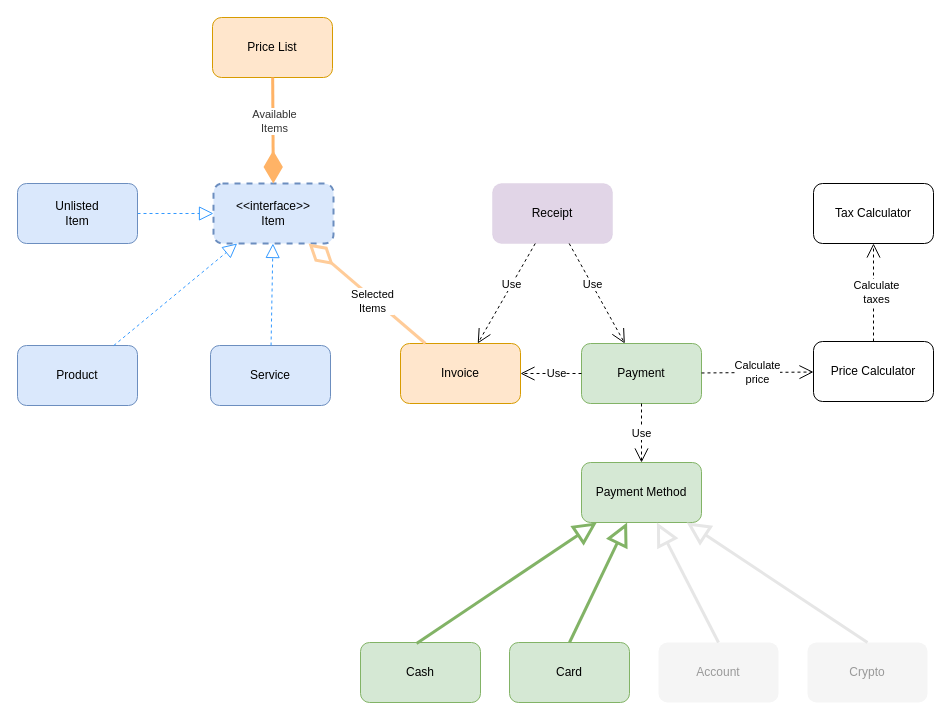
This is Portculis Cashier.drawio from 369neri/PortculisPOS, a draw.io file, before an edit. Source tidied: cells renumbered, new cells numbered last; positions are measured from the earlier drawing's top-left corner, leaving out a move shared by most shapes. Both pictures are drawn from the tidied source at 100%, with x=0, y=0 at pixel (17, 17).
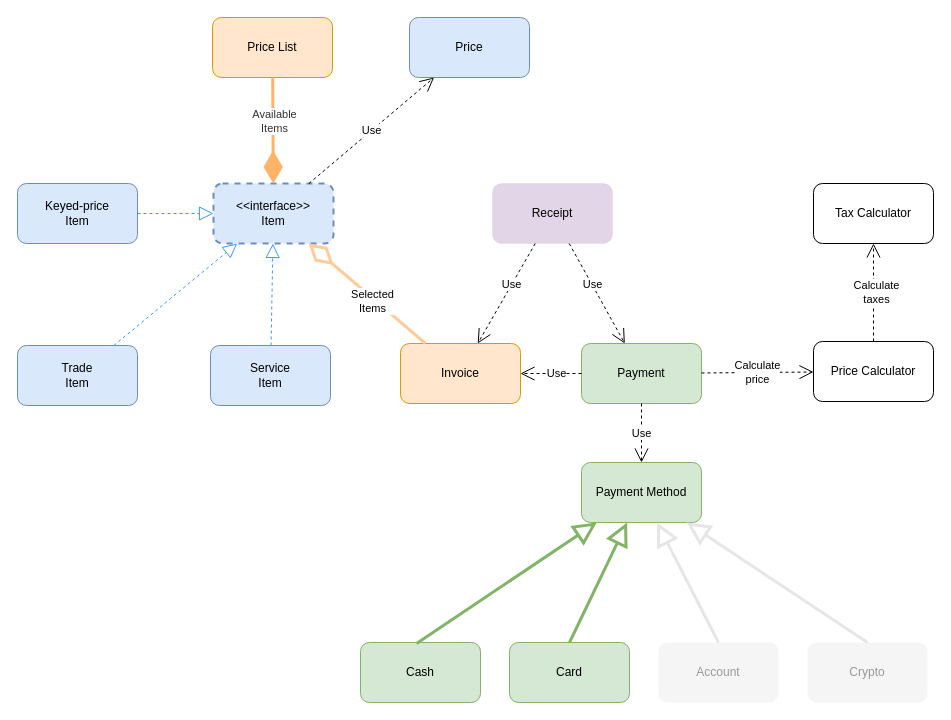
The same page after the edit.

The change refers to these unchanged cells:
```xml
<mxCell id="4" value="&amp;lt;&amp;lt;interface&amp;gt;&amp;gt;&lt;br&gt;Item" style="rounded=1;whiteSpace=wrap;html=1;fillColor=#dae8fc;strokeColor=#6c8ebf;strokeWidth=2;dashed=1;" parent="1" vertex="1">
  <mxGeometry x="196" y="166" width="120" height="60" as="geometry" />
</mxCell>
```

Change to the diagram source:
```diff
@@
-    <mxCell id="11" value="Product" style="rounded=1;whiteSpace=wrap;html=1;fillColor=#dae8fc;strokeColor=#6c8ebf;" parent="1" vertex="1">
+    <mxCell id="11" value="Trade&lt;br&gt;Item" style="rounded=1;whiteSpace=wrap;html=1;fillColor=#dae8fc;strokeColor=#6c8ebf;" parent="1" vertex="1">
       <mxGeometry y="328" width="120" height="60" as="geometry" />
     </mxCell>
-    <mxCell id="12" value="Service" style="rounded=1;whiteSpace=wrap;html=1;fillColor=#dae8fc;strokeColor=#6c8ebf;" parent="1" vertex="1">
+    <mxCell id="12" value="Service&lt;br&gt;Item" style="rounded=1;whiteSpace=wrap;html=1;fillColor=#dae8fc;strokeColor=#6c8ebf;" parent="1" vertex="1">
       <mxGeometry x="193" y="328" width="120" height="60" as="geometry" />
     </mxCell>
@@
-    <mxCell id="33" value="Unlisted&lt;br&gt;Item" style="rounded=1;whiteSpace=wrap;html=1;fillColor=#dae8fc;strokeColor=#6c8ebf;" parent="1" vertex="1">
+    <mxCell id="33" value="Keyed-price&lt;br&gt;Item" style="rounded=1;whiteSpace=wrap;html=1;fillColor=#dae8fc;strokeColor=#6c8ebf;" parent="1" vertex="1">
       <mxGeometry y="166" width="120" height="60" as="geometry" />
     </mxCell>
+    <mxCell id="34" value="Price" style="rounded=1;whiteSpace=wrap;html=1;fillColor=#dae8fc;strokeColor=#6c8ebf;" parent="1" vertex="1">
+      <mxGeometry x="392" width="120" height="60" as="geometry" />
+    </mxCell>
+    <mxCell id="35" value="Use" style="endArrow=open;endSize=12;dashed=1;html=1;rounded=0;" parent="1" edge="1" source="4" target="34">
+      <mxGeometry relative="1" as="geometry" />
+    </mxCell>
```
